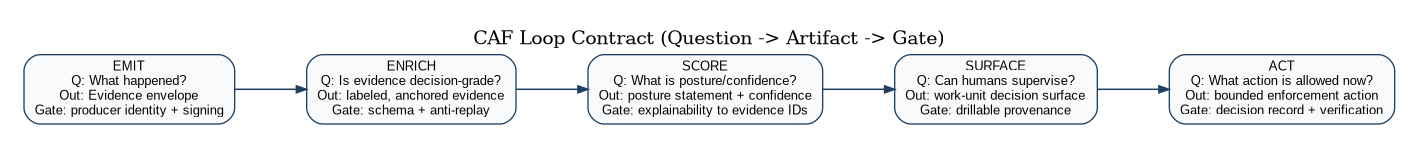
Above: papers/caf-ra/diagrams/caf_loop_contract.png in anboas/Whitepaper (Graphviz), before the change. Its source is kept beside it as papers/caf-ra/diagrams-src/caf_loop_contract.dot. The source it was exported from:
```dot
digraph CAFLoopContract {
  rankdir=LR;
  graph [bgcolor="white", pad="0.25", nodesep="0.55", ranksep="0.75", labelloc="t", label="CAF Loop Contract (Question -> Artifact -> Gate)"];
  node [shape=box, style="rounded,filled", fillcolor="#F8FAFC", color="#204060", fontname="Arial", fontsize=9.8];
  edge [color="#204060", arrowsize=0.75, penwidth=1.15];

  Emit [label="EMIT\nQ: What happened?\nOut: Evidence envelope\nGate: producer identity + signing"];
  Enrich [label="ENRICH\nQ: Is evidence decision-grade?\nOut: labeled, anchored evidence\nGate: schema + anti-replay"];
  Score [label="SCORE\nQ: What is posture/confidence?\nOut: posture statement + confidence\nGate: explainability to evidence IDs"];
  Surface [label="SURFACE\nQ: Can humans supervise?\nOut: work-unit decision surface\nGate: drillable provenance"];
  Act [label="ACT\nQ: What action is allowed now?\nOut: bounded enforcement action\nGate: decision record + verification"];

  Emit -> Enrich -> Score -> Surface -> Act;
}
```
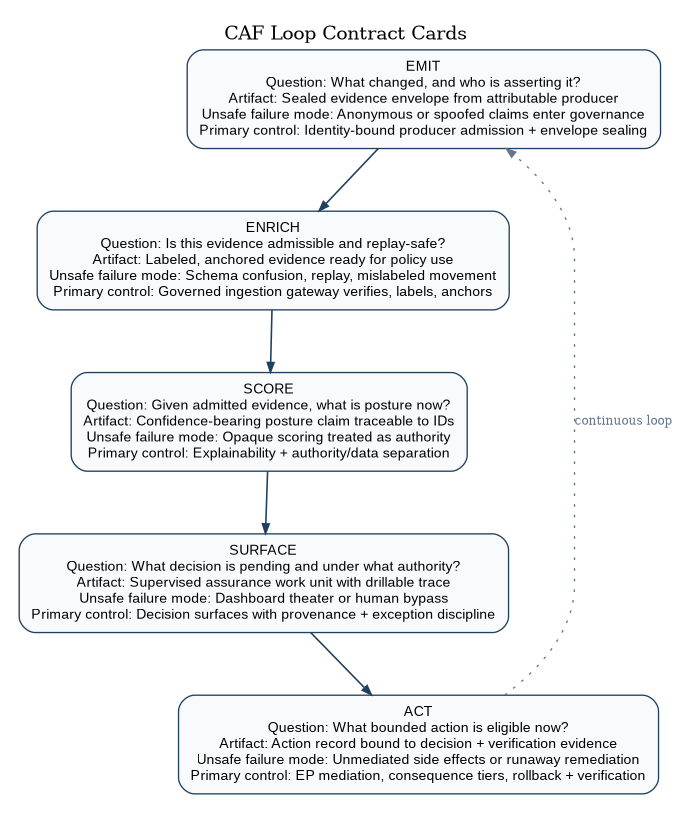
The same diagram one commit later.

Commit message:
align CAF Fig1/2 with doctrine: full governance touchpoints and contract cards

Change to the diagram source:
```diff
@@ -1,14 +1,27 @@
 digraph CAFLoopContract {
-  rankdir=LR;
-  graph [bgcolor="white", pad="0.25", nodesep="0.55", ranksep="0.75", labelloc="t", label="CAF Loop Contract (Question -> Artifact -> Gate)"];
-  node [shape=box, style="rounded,filled", fillcolor="#F8FAFC", color="#204060", fontname="Arial", fontsize=9.8];
-  edge [color="#204060", arrowsize=0.75, penwidth=1.15];
+  rankdir=TB;
+  graph [
+    bgcolor="white",
+    pad="0.20",
+    nodesep="0.45",
+    ranksep="0.62",
+    labelloc="t",
+    label="CAF Loop Contract Cards"
+  ];
 
-  Emit [label="EMIT\nQ: What happened?\nOut: Evidence envelope\nGate: producer identity + signing"];
-  Enrich [label="ENRICH\nQ: Is evidence decision-grade?\nOut: labeled, anchored evidence\nGate: schema + anti-replay"];
-  Score [label="SCORE\nQ: What is posture/confidence?\nOut: posture statement + confidence\nGate: explainability to evidence IDs"];
-  Surface [label="SURFACE\nQ: Can humans supervise?\nOut: work-unit decision surface\nGate: drillable provenance"];
-  Act [label="ACT\nQ: What action is allowed now?\nOut: bounded enforcement action\nGate: decision record + verification"];
+  node [shape=box, style="rounded,filled", fillcolor="#F8FAFC", color="#204060", fontname="Arial", fontsize=10.8, margin="0.12,0.10"];
+  edge [color="#204060", arrowsize=0.72, penwidth=1.2];
+
+  Emit [label="EMIT\nQuestion: What changed, and who is asserting it?\nArtifact: Sealed evidence envelope from attributable producer\nUnsafe failure mode: Anonymous or spoofed claims enter governance\nPrimary control: Identity-bound producer admission + envelope sealing"];
+
+  Enrich [label="ENRICH\nQuestion: Is this evidence admissible and replay-safe?\nArtifact: Labeled, anchored evidence ready for policy use\nUnsafe failure mode: Schema confusion, replay, mislabeled movement\nPrimary control: Governed ingestion gateway verifies, labels, anchors"];
+
+  Score [label="SCORE\nQuestion: Given admitted evidence, what is posture now?\nArtifact: Confidence-bearing posture claim traceable to IDs\nUnsafe failure mode: Opaque scoring treated as authority\nPrimary control: Explainability + authority/data separation"];
+
+  Surface [label="SURFACE\nQuestion: What decision is pending and under what authority?\nArtifact: Supervised assurance work unit with drillable trace\nUnsafe failure mode: Dashboard theater or human bypass\nPrimary control: Decision surfaces with provenance + exception discipline"];
+
+  Act [label="ACT\nQuestion: What bounded action is eligible now?\nArtifact: Action record bound to decision + verification evidence\nUnsafe failure mode: Unmediated side effects or runaway remediation\nPrimary control: EP mediation, consequence tiers, rollback + verification"];
 
   Emit -> Enrich -> Score -> Surface -> Act;
+  Act -> Emit [style=dotted, color="#64748B", penwidth=1.0, label="continuous loop", fontsize=9.0, fontcolor="#64748B"];
 }
```
